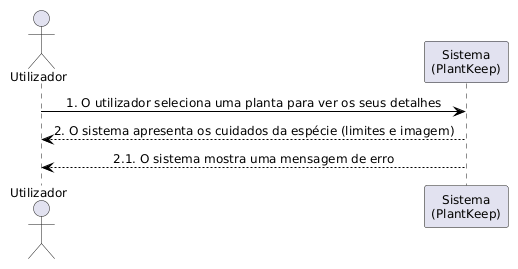
Above: .docs/diagramas/SSDs/uc03.png in compaqle/DSSMV_ProjectDroid_1251486_1251506 (PlantUML), before the change.
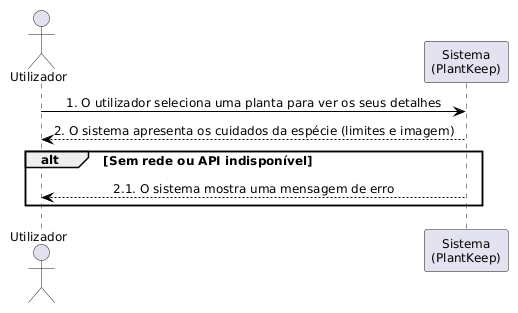
Above is the later version.

Diff of the diagram source:
```diff
@@ -7,5 +7,7 @@
 participant "Sistema\n(PlantKeep)" as s
 u -> s : 1. O utilizador seleciona uma planta para ver os seus detalhes
 s --> u : 2. O sistema apresenta os cuidados da espécie (limites e imagem)
-s --> u : 2.1. O sistema mostra uma mensagem de erro
+alt Sem rede ou API indisponível
+    s --> u : 2.1. O sistema mostra uma mensagem de erro
+end
 @enduml
```
